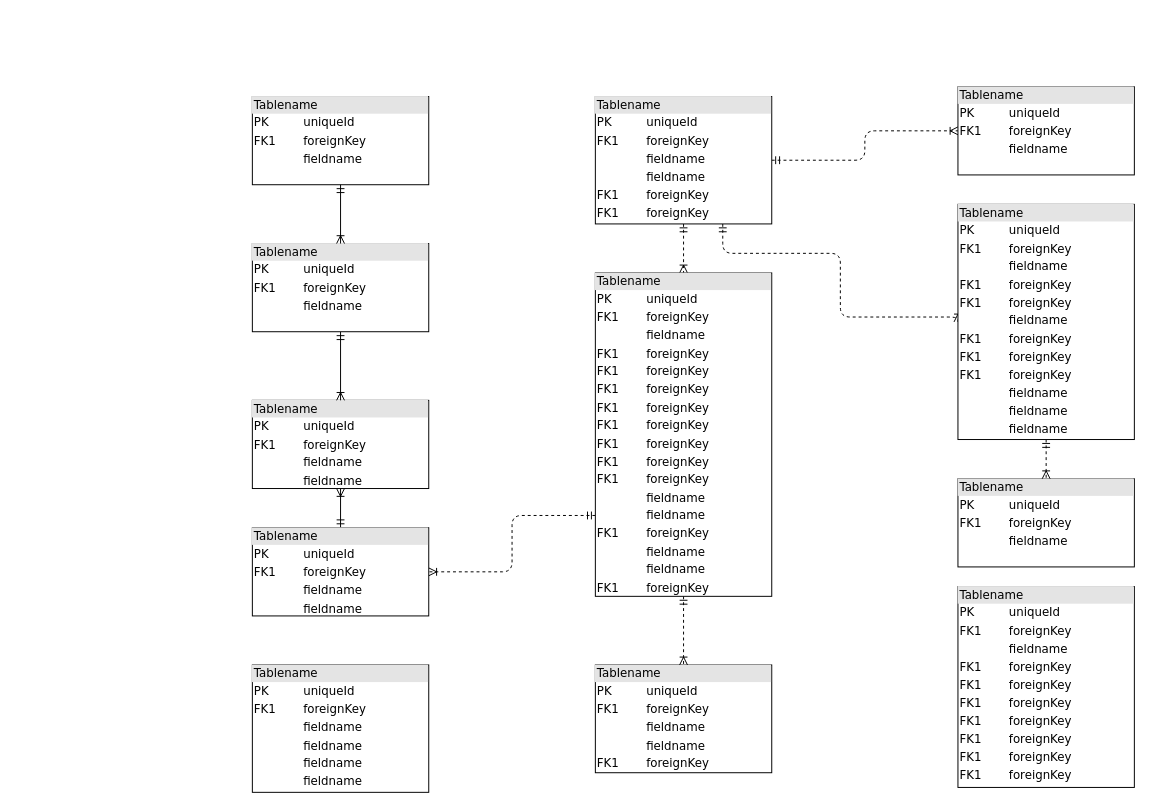
Earlier version of the draw.io diagram 家居报价表定义.drawio (xueshou02/githubWJ). Source tidied: cells renumbered, new cells numbered last; positions are measured from the earlier drawing's top-left corner, leaving out a move shared by most shapes. Both pictures are drawn from the tidied source at 98%, with x=0, y=0 at pixel (252, 86).
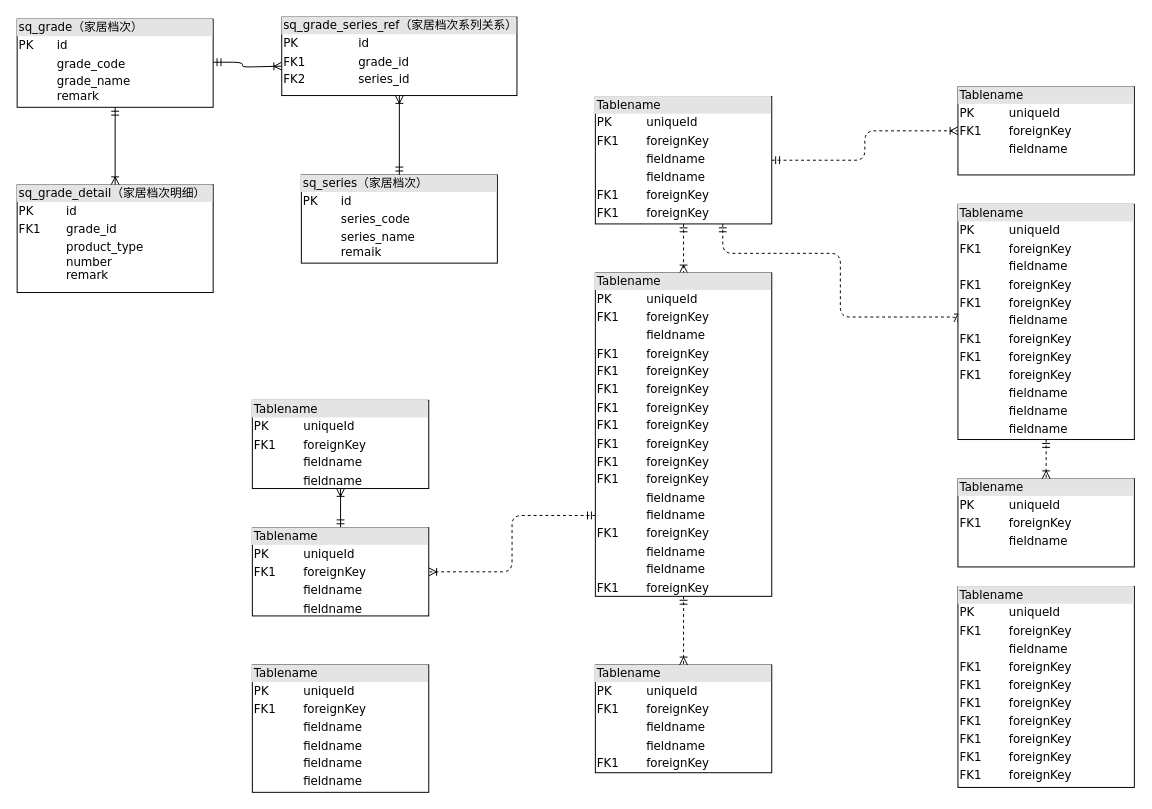
After the change.

Commit message:
更新家居报价表定义.drawio

Unchanged cells that the change refers to:
```xml
<mxCell id="10" value="&lt;div style=&quot;box-sizing: border-box ; width: 100% ; background: #e4e4e4 ; padding: 2px&quot;&gt;Tablename&lt;/div&gt;&lt;table style=&quot;width: 100% ; font-size: 1em&quot; cellpadding=&quot;2&quot; cellspacing=&quot;0&quot;&gt;&lt;tbody&gt;&lt;tr&gt;&lt;td&gt;PK&lt;/td&gt;&lt;td&gt;uniqueId&lt;/td&gt;&lt;/tr&gt;&lt;tr&gt;&lt;td&gt;FK1&lt;/td&gt;&lt;td&gt;foreignKey&lt;/td&gt;&lt;/tr&gt;&lt;tr&gt;&lt;td&gt;&lt;/td&gt;&lt;td&gt;fieldname&lt;/td&gt;&lt;/tr&gt;&lt;tr&gt;&lt;td&gt;&lt;br&gt;&lt;/td&gt;&lt;td&gt;fieldname&lt;br&gt;&lt;/td&gt;&lt;/tr&gt;&lt;/tbody&gt;&lt;/table&gt;" style="verticalAlign=top;align=left;overflow=fill;html=1;rounded=0;shadow=0;comic=0;labelBackgroundColor=none;strokeWidth=1;fontFamily=Verdana;fontSize=12;" parent="1" vertex="1">
  <mxGeometry y="320" width="180" height="90" as="geometry" />
</mxCell>
```

Change to the diagram source:
```diff
@@
-    <mxCell id="2" value="&lt;div style=&quot;box-sizing:border-box;width:100%;background:#e4e4e4;padding:2px;&quot;&gt;Tablename&lt;/div&gt;&lt;table style=&quot;width:100%;font-size:1em;&quot; cellpadding=&quot;2&quot; cellspacing=&quot;0&quot;&gt;&lt;tr&gt;&lt;td&gt;PK&lt;/td&gt;&lt;td&gt;uniqueId&lt;/td&gt;&lt;/tr&gt;&lt;tr&gt;&lt;td&gt;FK1&lt;/td&gt;&lt;td&gt;foreignKey&lt;/td&gt;&lt;/tr&gt;&lt;tr&gt;&lt;td&gt;&lt;/td&gt;&lt;td&gt;fieldname&lt;/td&gt;&lt;/tr&gt;&lt;/table&gt;" style="verticalAlign=top;align=left;overflow=fill;html=1;rounded=0;shadow=0;comic=0;labelBackgroundColor=none;strokeWidth=1;fontFamily=Verdana;fontSize=12;" parent="1" vertex="1">
-      <mxGeometry y="10" width="180" height="90" as="geometry" />
+    <mxCell id="2" value="&lt;div style=&quot;box-sizing:border-box;width:100%;background:#e4e4e4;padding:2px;&quot;&gt;sq_grade（家居档次）&lt;/div&gt;&lt;table style=&quot;width:100%;font-size:1em;&quot; cellpadding=&quot;2&quot; cellspacing=&quot;0&quot;&gt;&lt;tbody&gt;&lt;tr&gt;&lt;td&gt;PK&lt;/td&gt;&lt;td&gt;id&lt;/td&gt;&lt;/tr&gt;&lt;tr&gt;&lt;td&gt;&lt;br&gt;&lt;/td&gt;&lt;td&gt;grade_code&lt;/td&gt;&lt;/tr&gt;&lt;tr&gt;&lt;td&gt;&lt;/td&gt;&lt;td&gt;grade_name&lt;br&gt;remark&lt;/td&gt;&lt;/tr&gt;&lt;/tbody&gt;&lt;/table&gt;" style="verticalAlign=top;align=left;overflow=fill;html=1;rounded=0;shadow=0;comic=0;labelBackgroundColor=none;strokeWidth=1;fontFamily=Verdana;fontSize=12;" parent="1" vertex="1">
+      <mxGeometry x="-240" y="-69" width="200" height="90" as="geometry" />
     </mxCell>
@@
-    <mxCell id="11" style="edgeStyle=orthogonalEdgeStyle;html=1;entryX=0.5;entryY=0;labelBackgroundColor=none;startArrow=ERmandOne;endArrow=ERoneToMany;fontFamily=Verdana;fontSize=12;align=left;" parent="1" edge="1" source="12" target="10">
-      <mxGeometry relative="1" as="geometry" />
+    <mxCell id="11" style="edgeStyle=orthogonalEdgeStyle;html=1;labelBackgroundColor=none;startArrow=ERmandOne;endArrow=ERoneToMany;fontFamily=Verdana;fontSize=12;align=left;entryX=0;entryY=0.625;entryDx=0;entryDy=0;entryPerimeter=0;" parent="1" edge="1" source="2" target="24">
+      <mxGeometry relative="1" as="geometry">
+        <Array as="points">
+          <mxPoint x="-10" y="-25" />
+          <mxPoint x="-10" y="-20" />
+        </Array>
+      </mxGeometry>
     </mxCell>
-    <mxCell id="12" value="&lt;div style=&quot;box-sizing:border-box;width:100%;background:#e4e4e4;padding:2px;&quot;&gt;Tablename&lt;/div&gt;&lt;table style=&quot;width:100%;font-size:1em;&quot; cellpadding=&quot;2&quot; cellspacing=&quot;0&quot;&gt;&lt;tr&gt;&lt;td&gt;PK&lt;/td&gt;&lt;td&gt;uniqueId&lt;/td&gt;&lt;/tr&gt;&lt;tr&gt;&lt;td&gt;FK1&lt;/td&gt;&lt;td&gt;foreignKey&lt;/td&gt;&lt;/tr&gt;&lt;tr&gt;&lt;td&gt;&lt;/td&gt;&lt;td&gt;fieldname&lt;/td&gt;&lt;/tr&gt;&lt;/table&gt;" style="verticalAlign=top;align=left;overflow=fill;html=1;rounded=0;shadow=0;comic=0;labelBackgroundColor=none;strokeWidth=1;fontFamily=Verdana;fontSize=12;" parent="1" vertex="1">
-      <mxGeometry y="160" width="180" height="90" as="geometry" />
+    <mxCell id="12" value="&lt;div style=&quot;box-sizing:border-box;width:100%;background:#e4e4e4;padding:2px;&quot;&gt;sq_grade_detail（家居档次明细）&lt;br&gt;&lt;/div&gt;&lt;table style=&quot;width:100%;font-size:1em;&quot; cellpadding=&quot;2&quot; cellspacing=&quot;0&quot;&gt;&lt;tbody&gt;&lt;tr&gt;&lt;td&gt;PK&lt;/td&gt;&lt;td&gt;id&lt;/td&gt;&lt;/tr&gt;&lt;tr&gt;&lt;td&gt;FK1&lt;/td&gt;&lt;td&gt;grade_id&lt;/td&gt;&lt;/tr&gt;&lt;tr&gt;&lt;td&gt;&lt;/td&gt;&lt;td&gt;product_type&lt;br&gt;number&lt;br&gt;remark&lt;br&gt;&lt;/td&gt;&lt;/tr&gt;&lt;/tbody&gt;&lt;/table&gt;" style="verticalAlign=top;align=left;overflow=fill;html=1;rounded=0;shadow=0;comic=0;labelBackgroundColor=none;strokeWidth=1;fontFamily=Verdana;fontSize=12;strokeColor=default;" parent="1" vertex="1">
+      <mxGeometry x="-240" y="100" width="200" height="110" as="geometry" />
     </mxCell>
@@
+    <mxCell id="23" value="&lt;div style=&quot;box-sizing:border-box;width:100%;background:#e4e4e4;padding:2px;&quot;&gt;sq_series（家居档次）&lt;/div&gt;&lt;table style=&quot;width:100%;font-size:1em;&quot; cellpadding=&quot;2&quot; cellspacing=&quot;0&quot;&gt;&lt;tbody&gt;&lt;tr&gt;&lt;td&gt;PK&lt;/td&gt;&lt;td&gt;id&lt;/td&gt;&lt;/tr&gt;&lt;tr&gt;&lt;td&gt;&lt;br&gt;&lt;/td&gt;&lt;td&gt;series_code&lt;/td&gt;&lt;/tr&gt;&lt;tr&gt;&lt;td&gt;&lt;/td&gt;&lt;td&gt;series_name&lt;br&gt;remaik&lt;/td&gt;&lt;/tr&gt;&lt;/tbody&gt;&lt;/table&gt;" style="verticalAlign=top;align=left;overflow=fill;html=1;rounded=0;shadow=0;comic=0;labelBackgroundColor=none;strokeWidth=1;fontFamily=Verdana;fontSize=12;" parent="1" vertex="1">
+      <mxGeometry x="50" y="90" width="200" height="90" as="geometry" />
+    </mxCell>
+    <mxCell id="24" value="&lt;div style=&quot;box-sizing:border-box;width:100%;background:#e4e4e4;padding:2px;&quot;&gt;sq_grade_series_ref（家居档次系列关系）&lt;/div&gt;&lt;table style=&quot;width:100%;font-size:1em;&quot; cellpadding=&quot;2&quot; cellspacing=&quot;0&quot;&gt;&lt;tbody&gt;&lt;tr&gt;&lt;td&gt;PK&lt;/td&gt;&lt;td&gt;id&lt;/td&gt;&lt;/tr&gt;&lt;tr&gt;&lt;td&gt;FK1&lt;/td&gt;&lt;td&gt;grade_id&lt;/td&gt;&lt;/tr&gt;&lt;tr&gt;&lt;td&gt;FK2&lt;/td&gt;&lt;td&gt;series_id&lt;br&gt;&lt;/td&gt;&lt;/tr&gt;&lt;/tbody&gt;&lt;/table&gt;" style="verticalAlign=top;align=left;overflow=fill;html=1;rounded=0;shadow=0;comic=0;labelBackgroundColor=none;strokeWidth=1;fontFamily=Verdana;fontSize=12;" parent="1" vertex="1">
+      <mxGeometry x="30" y="-71" width="240" height="80" as="geometry" />
+    </mxCell>
+    <mxCell id="25" style="edgeStyle=orthogonalEdgeStyle;html=1;labelBackgroundColor=none;startArrow=ERmandOne;endArrow=ERoneToMany;fontFamily=Verdana;fontSize=12;align=left;exitX=0.5;exitY=0;exitDx=0;exitDy=0;entryX=0.5;entryY=1;entryDx=0;entryDy=0;" parent="1" edge="1" source="23" target="24">
+      <mxGeometry relative="1" as="geometry" />
+    </mxCell>
```
